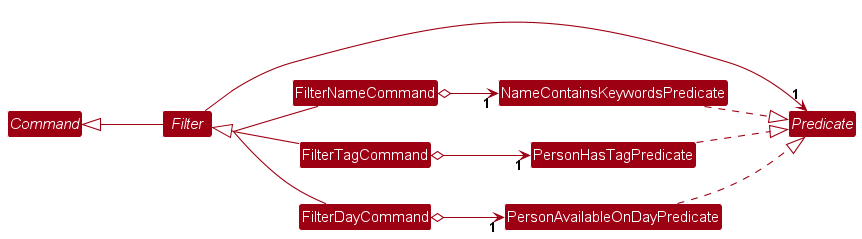
NewtonKoh/tp keeps this PlantUML diagram as docs/images/FilterClassDiagram.png. Above is the earlier version.
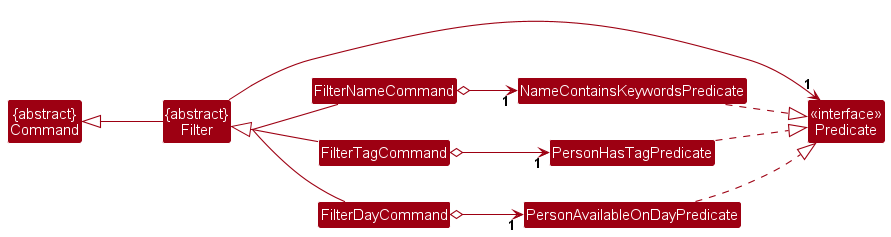
The same file after the commit.

Diff of the diagram source:
```diff
@@ -4,11 +4,11 @@
 skinparam arrowColor MODEL_COLOR
 skinparam classBackgroundColor MODEL_COLOR
 
-abstract class Command
-abstract class Filter
-interface Predicate
+left to right direction
 
-left to right direction
+Class "{abstract}\nCommand" as Command
+Class "{abstract}\nFilter" as  Filter
+Class "<<interface>>\nPredicate" as Predicate
 
 skinparam groupInheritance 2
 
```
